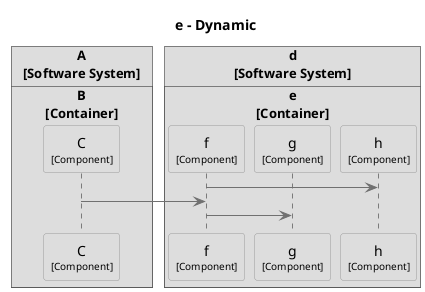
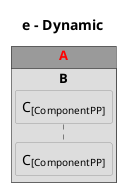
@startuml
set separator none
title e - Dynamic

!pragma teoz true
skinparam {
  arrowFontSize 10
  defaultTextAlignment center
  wrapWidth 200
  maxMessageSize 100
}

hide stereotype

skinparam sequenceParticipant<<A.B.C>> {
  BackgroundColor #dddddd
  FontColor #000000
  BorderColor #9a9a9a
  shadowing false
}
skinparam sequenceParticipant<<d.e.f>> {
  BackgroundColor #dddddd
  FontColor #000000
  BorderColor #9a9a9a
  shadowing false
}
skinparam sequenceParticipant<<d.e.g>> {
  BackgroundColor #dddddd
  FontColor #000000
  BorderColor #9a9a9a
  shadowing false
}
skinparam sequenceParticipant<<d.e.h>> {
  BackgroundColor #dddddd
  FontColor #000000
  BorderColor #9a9a9a
  shadowing false
}
+ skinparam rectangle<<A.B>> {
+   BorderColor #9a9a9a
+   FontColor #9a9a9a
+   shadowing false
+ }

- box "A\n[Software System]"
-     box "B\n[Container]"
-       participant "C\n<size:10>[Component]</size>" as A.B.C <<A.B.C>> #dddddd
-     end box
+ skinparam rectangle<<d.e>> {
+   BorderColor #9a9a9a
+   FontColor #9a9a9a
+   shadowing false
+ }

-   end box
+ skinparam box {

- box "d\n[Software System]"
-     box "e\n[Container]"
-       participant "f\n<size:10>[Component]</size>" as d.e.f <<d.e.f>> #dddddd
-       participant "g\n<size:10>[Component]</size>" as d.e.g <<d.e.g>> #dddddd
-       participant "h\n<size:10>[Component]</size>" as d.e.h <<d.e.h>> #dddddd
-     end box
+ }
+ <style>
+     box {
+        .A {
+        BackgroundColor #9a9a9a
+        FontColor Red
+        }
+     }
+ </style>

-   end box
- 
- d.e.f -[#707070]> d.e.h :
- A.B.C -[#707070]> d.e.f :
- d.e.f -[#707070]> d.e.g :
- @enduml+ box "A" <<A>>
+    box "B" <<A.B>>
+       participant "C<size:10>[ComponentPP]</size>" as A.B.C <<A.B.C>> #dddddd
+    end box
+ end box
+  @enduml